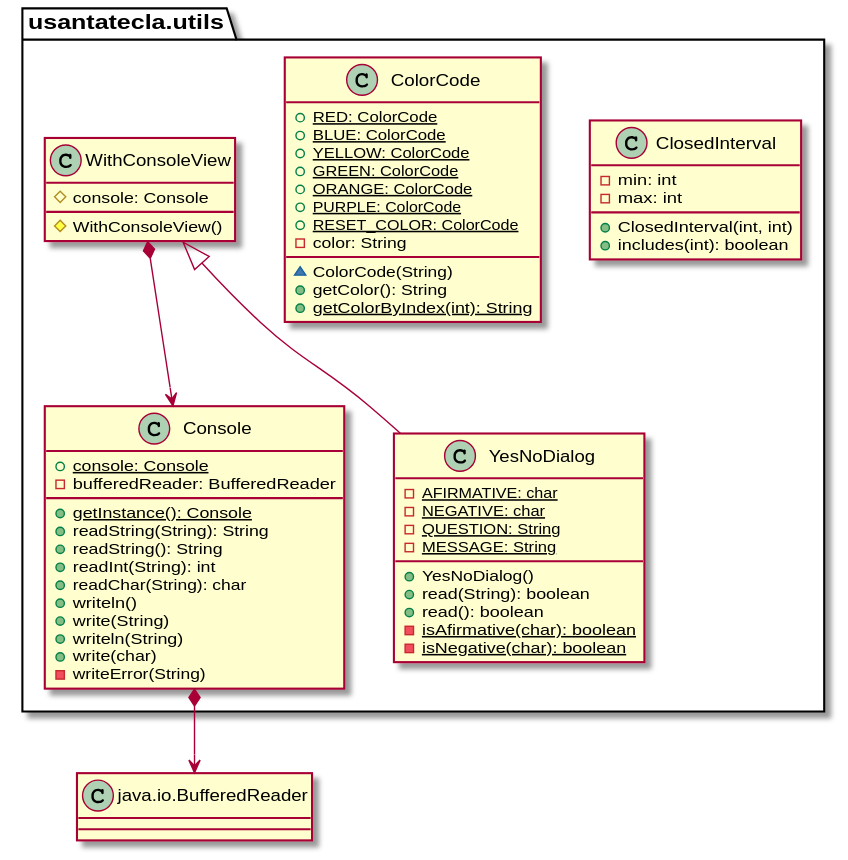
The PlantUML diagram domainModel/docs/diagrams/out/paquetes/usantatecla.utils.svg in SantaTecla-mastermind/solution.java.swing.socket.sql, before a commit.
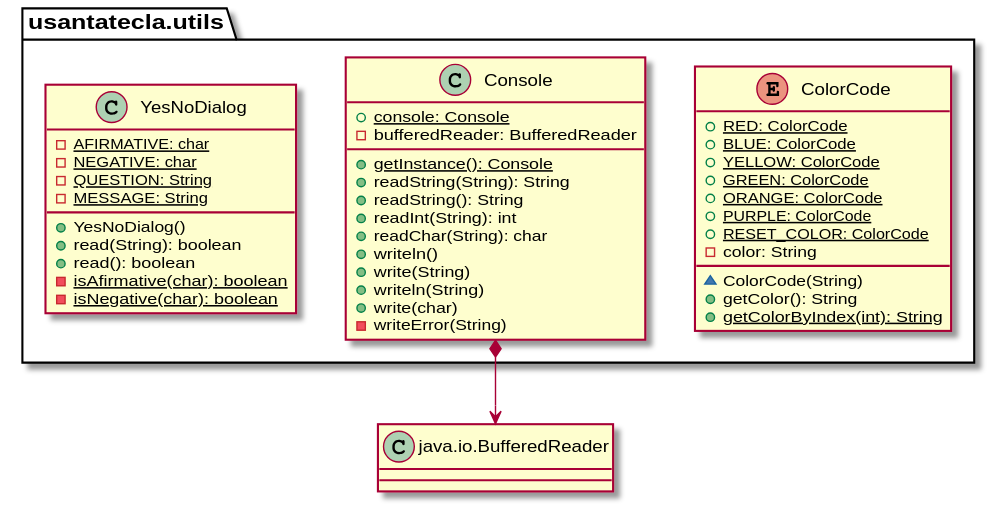
The same file after the commit.

Commit message:
Errors fixed in domainModel diagrams

Change to the diagram source:
```diff
@@ -1,12 +1,5 @@
 @startuml
-class  usantatecla.utils.ClosedInterval{
-- min: int
-- max: int
-+ ClosedInterval(int, int)
-+ includes(int): boolean
-}
-
-class  usantatecla.utils.ColorCode{
+enum  usantatecla.utils.ColorCode{
 + {static} RED: ColorCode
 + {static} BLUE: ColorCode
 + {static} YELLOW: ColorCode
@@ -39,11 +32,7 @@
 
 usantatecla.utils.Console *-down-> BufferedReader
 
-class  usantatecla.utils.WithConsoleView{
-# console: Console
-# WithConsoleView()
-}
-usantatecla.utils.WithConsoleView *-down-> usantatecla.utils.Console
+
 
 class  usantatecla.utils.YesNoDialog{
 - {static} AFIRMATIVE: char
@@ -56,5 +45,4 @@
 - {static} isAfirmative(char): boolean
 - {static} isNegative(char): boolean
 }
-usantatecla.utils.WithConsoleView <|-down- usantatecla.utils.YesNoDialog
 @enduml
```
